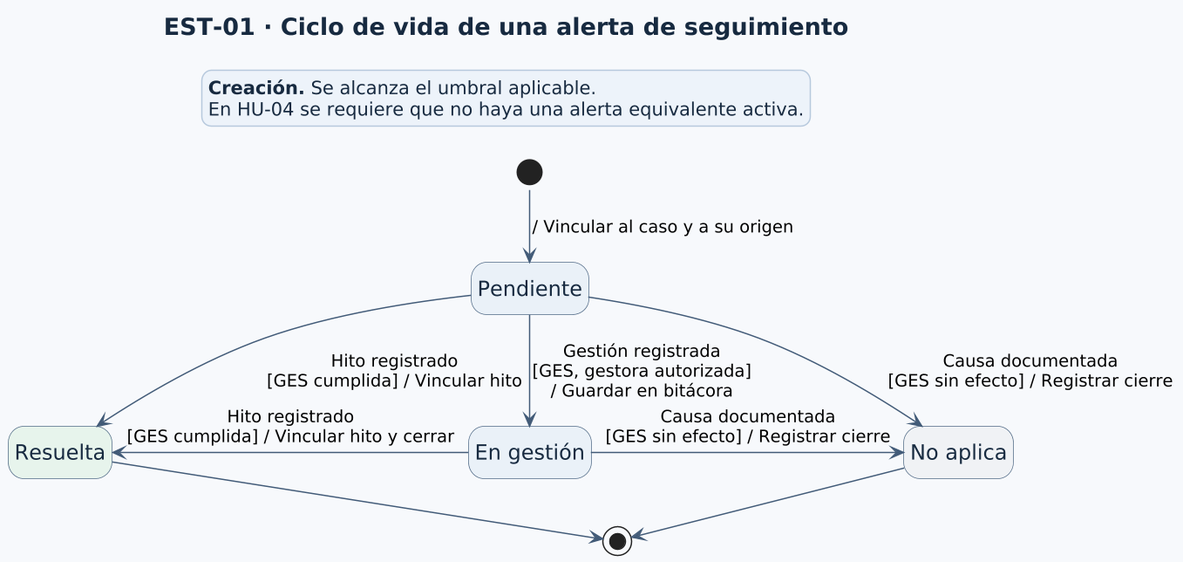
br1fz/OncoTrace keeps this PlantUML diagram as diagramas/EST-01-AlertaSeguimiento.png. Above is the earlier version.
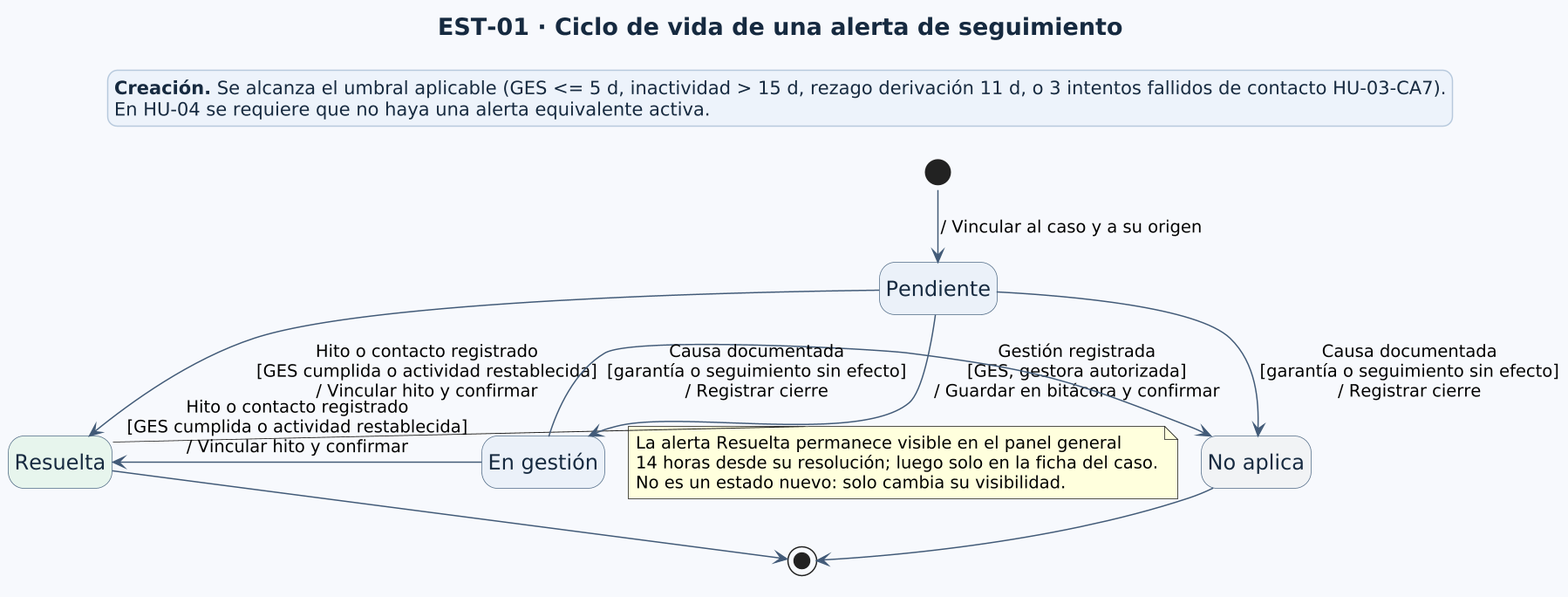
After the commit.

Commit message:
docs(diagramas): exportar e integrar diagramas PNG actualizados (EST-01, EST-03, EST-04, DSS-03, DSS-04)

What changed in the source:
```diff
@@ -1,4 +1,4 @@
-@startuml EST-01-AlertaSeguimiento
+@startuml
 !pragma layout smetana
 hide empty description
 skinparam shadowing false
@@ -29,16 +29,22 @@
 state "No aplica" as N #F0F2F5
 
 [*] -down-> P : / Vincular al caso y a su origen
-P -down-> G : Gestión registrada\n[GES, gestora autorizada]\n/ Guardar en bitácora
-P -down-> R : Hito registrado\n[GES cumplida] / Vincular hito
-P -down-> N : Causa documentada\n[GES sin efecto] / Registrar cierre
-G -left-> R : Hito registrado\n[GES cumplida] / Vincular hito y cerrar
-G -right-> N : Causa documentada\n[GES sin efecto] / Registrar cierre
+P -down-> G : Gestión registrada\n[GES, gestora autorizada]\n/ Guardar en bitácora y confirmar
+P -down-> R : Hito o contacto registrado\n[GES cumplida o actividad restablecida]\n/ Vincular hito y confirmar
+P -down-> N : Causa documentada\n[garantía o seguimiento sin efecto]\n/ Registrar cierre
+G -left-> R : Hito o contacto registrado\n[GES cumplida o actividad restablecida]\n/ Vincular hito y confirmar
+G -right-> N : Causa documentada\n[garantía o seguimiento sin efecto]\n/ Registrar cierre
 R -down-> [*]
 N -down-> [*]
 
+note right of R
+La alerta Resuelta permanece visible en el panel general
+14 horas desde su resolución; luego solo en la ficha del caso.
+No es un estado nuevo: solo cambia su visibilidad.
+end note
+
 legend top
-  **Creación.** Se alcanza el umbral aplicable.
+  **Creación.** Se alcanza el umbral aplicable (GES <= 5 d, inactividad > 15 d, rezago derivación 11 d, o 3 intentos fallidos de contacto HU-03-CA7).
   En HU-04 se requiere que no haya una alerta equivalente activa.
 endlegend
 @enduml
```
